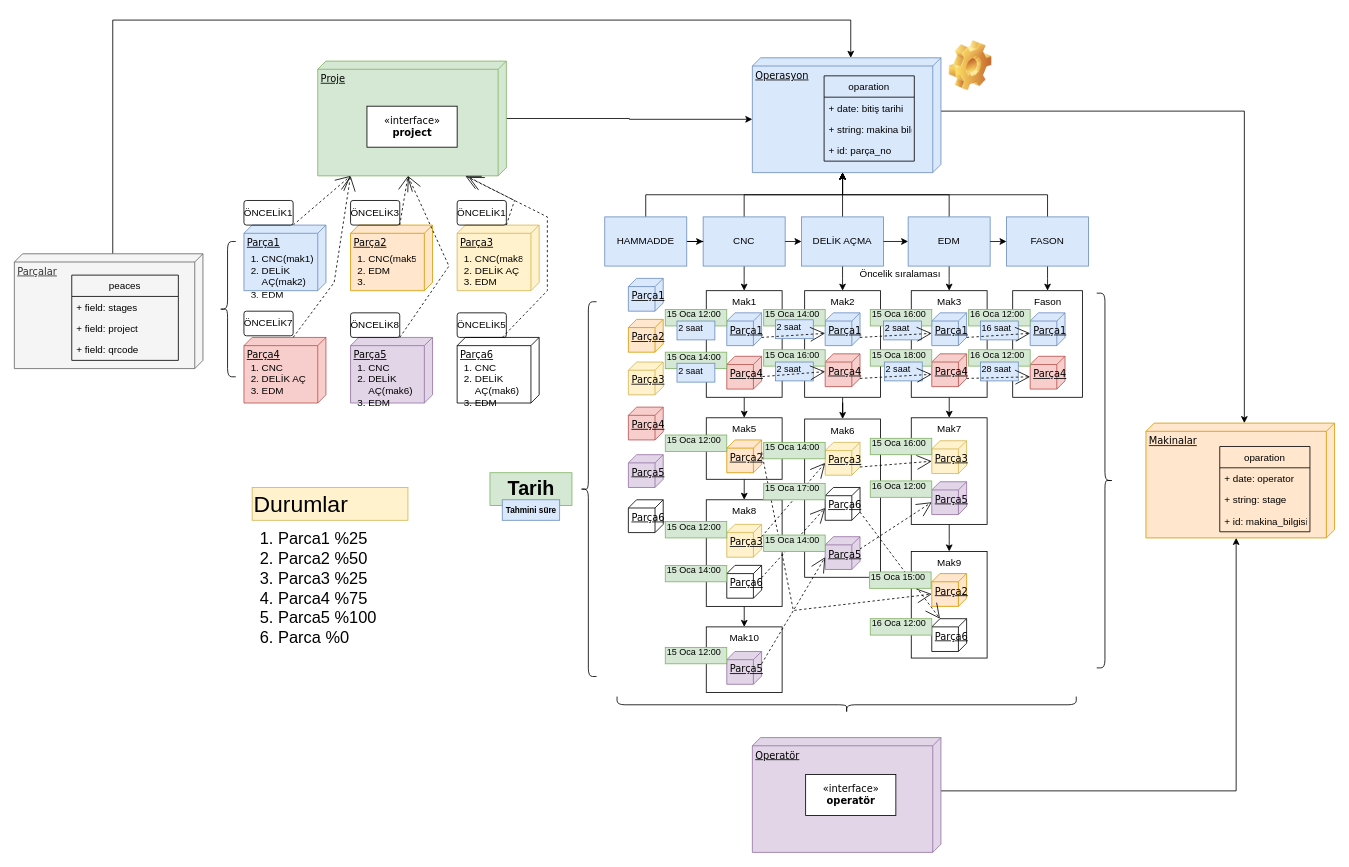
Before: Untitled Diagram.drawio in aygunoz/Angular-Plannig-App-All-Frontend, a draw.io diagram. Source tidied: cells renumbered, new cells numbered last; positions are measured from the earlier drawing's top-left corner, leaving out a move shared by most shapes. Both pictures are drawn from the tidied source at 82%, with x=0, y=0 at pixel (14, 20). Pictures stored in the file or linked from it are replaced by grey dashed boxes.
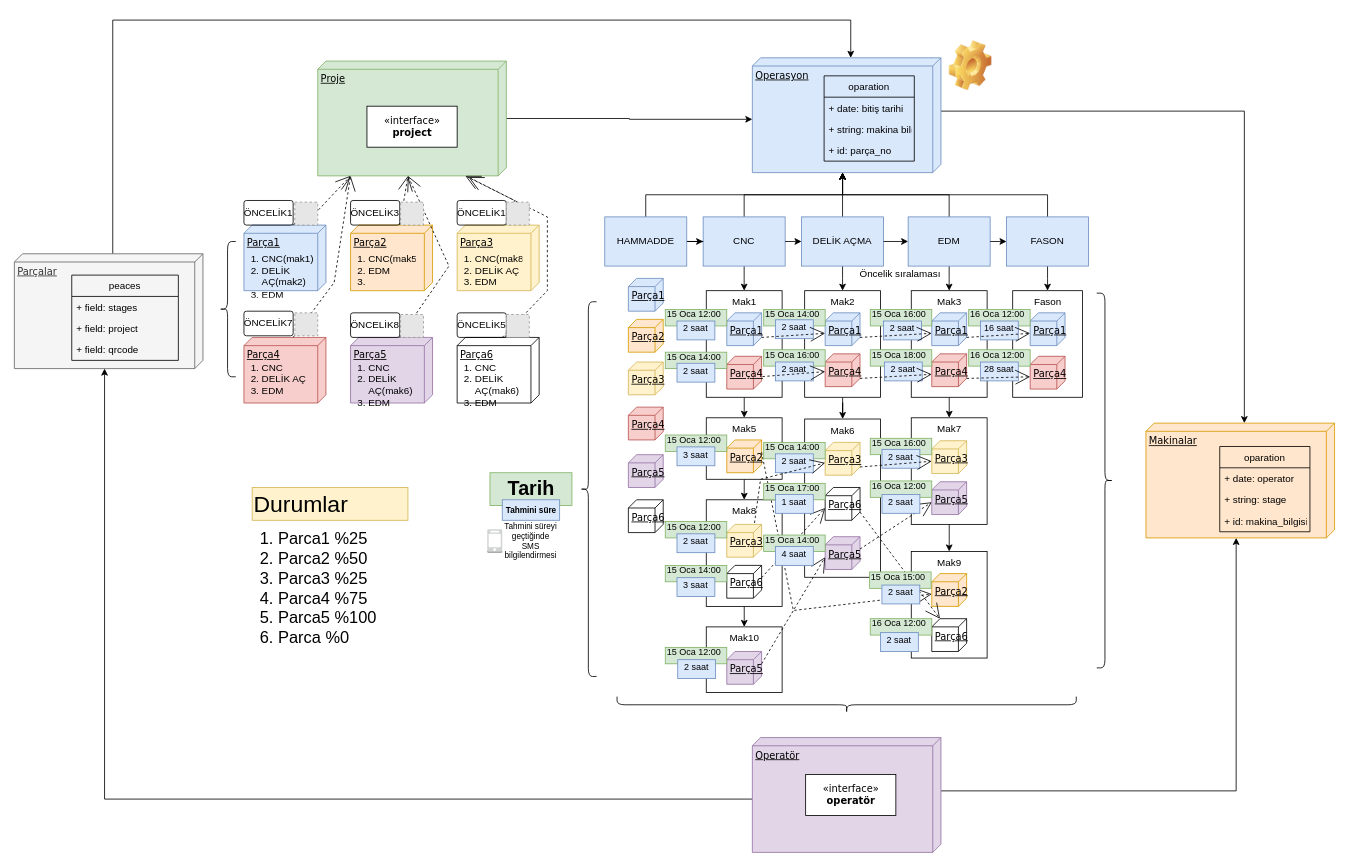
The same page after the edit.

Unchanged cells that the change refers to:
```xml
<mxCell id="6" value="&lt;div&gt;Parça1&lt;/div&gt;&lt;div&gt;&lt;pre&gt;&lt;br&gt;&lt;/pre&gt;&lt;/div&gt;" style="verticalAlign=top;align=left;spacingTop=8;spacingLeft=2;spacingRight=12;shape=cube;size=10;direction=south;fontStyle=4;html=1;rounded=0;shadow=0;comic=0;labelBackgroundColor=none;strokeWidth=1;fontFamily=Verdana;fontSize=12;fillColor=#dae8fc;strokeColor=#6c8ebf;" parent="1" vertex="1">
  <mxGeometry x="280" y="250" width="100" height="80" as="geometry" />
</mxCell>
<mxCell id="60" value="Parçalar" style="verticalAlign=top;align=left;spacingTop=8;spacingLeft=2;spacingRight=12;shape=cube;size=10;direction=south;fontStyle=4;html=1;rounded=0;shadow=0;comic=0;labelBackgroundColor=none;strokeWidth=1;fontFamily=Verdana;fontSize=12;fillColor=#f5f5f5;strokeColor=#666666;fontColor=#333333;" parent="1" vertex="1">
  <mxGeometry y="285" width="230" height="140" as="geometry" />
</mxCell>
<mxCell id="67" value="Operatör" style="verticalAlign=top;align=left;spacingTop=8;spacingLeft=2;spacingRight=12;shape=cube;size=10;direction=south;fontStyle=4;html=1;rounded=0;shadow=0;comic=0;labelBackgroundColor=none;strokeWidth=1;fontFamily=Verdana;fontSize=12;fillColor=#e1d5e7;strokeColor=#9673a6;" parent="1" vertex="1">
  <mxGeometry x="900" y="875" width="230" height="140" as="geometry" />
</mxCell>
<mxCell id="85" value="Parça3" style="verticalAlign=top;align=left;spacingTop=8;spacingLeft=2;spacingRight=12;shape=cube;size=10;direction=south;fontStyle=4;html=1;rounded=0;shadow=0;comic=0;labelBackgroundColor=none;strokeWidth=1;fontFamily=Verdana;fontSize=12;fillColor=#fff2cc;strokeColor=#d6b656;" parent="1" vertex="1">
  <mxGeometry x="868.8" y="615" width="42.5" height="40" as="geometry" />
</mxCell>
<mxCell id="99" value="Parça3" style="verticalAlign=top;align=left;spacingTop=8;spacingLeft=2;spacingRight=12;shape=cube;size=10;direction=south;fontStyle=4;html=1;rounded=0;shadow=0;comic=0;labelBackgroundColor=none;strokeWidth=1;fontFamily=Verdana;fontSize=12;fillColor=#fff2cc;strokeColor=#d6b656;" parent="1" vertex="1">
  <mxGeometry x="988.8" y="515" width="42.5" height="40" as="geometry" />
</mxCell>
<mxCell id="102" value="Parça3" style="verticalAlign=top;align=left;spacingTop=8;spacingLeft=2;spacingRight=12;shape=cube;size=10;direction=south;fontStyle=4;html=1;rounded=0;shadow=0;comic=0;labelBackgroundColor=none;strokeWidth=1;fontFamily=Verdana;fontSize=12;fillColor=#fff2cc;strokeColor=#d6b656;" parent="1" vertex="1">
  <mxGeometry x="1118.8" y="513" width="42.5" height="40" as="geometry" />
</mxCell>
```

The edit, as a diff of the source:
```diff
@@
-    <mxCell id="5" style="edgeStyle=none;rounded=0;html=1;dashed=1;labelBackgroundColor=none;startArrow=none;startFill=0;startSize=8;endArrow=open;endFill=0;endSize=16;fontFamily=Verdana;fontSize=12;exitX=0;exitY=0;exitDx=0;exitDy=40;exitPerimeter=0;" parent="1" edge="1" source="6">
+    <mxCell id="5" style="edgeStyle=none;rounded=0;html=1;dashed=1;labelBackgroundColor=none;startArrow=none;startFill=0;startSize=8;endArrow=open;endFill=0;endSize=16;fontFamily=Verdana;fontSize=12;exitX=0;exitY=0;exitDx=0;exitDy=40;exitPerimeter=0;" parent="1" edge="1" source="171">
       <mxGeometry relative="1" as="geometry">
         <mxPoint x="410" y="190" as="targetPoint" />
       </mxGeometry>
     </mxCell>
@@
+    <mxCell id="158" style="edgeStyle=orthogonalEdgeStyle;rounded=0;jettySize=auto;html=1;exitX=0;exitY=0;exitDx=75;exitDy=230;exitPerimeter=0;fontSize=10;fontColor=none;entryX=0;entryY=0;entryDx=140;entryDy=120;entryPerimeter=0;" parent="1" edge="1" source="67" target="60">
+      <mxGeometry relative="1" as="geometry" />
+    </mxCell>
@@
-    <mxCell id="107" style="edgeStyle=none;rounded=0;html=1;dashed=1;labelBackgroundColor=none;startArrow=none;startFill=0;startSize=8;endArrow=open;endFill=0;endSize=16;fontFamily=Verdana;fontSize=12;exitX=0;exitY=0;exitDx=15;exitDy=0;exitPerimeter=0;entryX=0;entryY=0;entryDx=25;entryDy=42.5;entryPerimeter=0;" parent="1" edge="1" source="85" target="99">
-      <mxGeometry relative="1" as="geometry" />
-    </mxCell>
@@
-    <mxCell id="110" style="edgeStyle=none;rounded=0;html=1;dashed=1;labelBackgroundColor=none;startArrow=none;startFill=0;startSize=8;endArrow=open;endFill=0;endSize=16;fontFamily=Verdana;fontSize=12;exitX=0;exitY=0;exitDx=30;exitDy=0;exitPerimeter=0;entryX=0;entryY=0;entryDx=25;entryDy=42.5;entryPerimeter=0;" parent="1" edge="1" source="99" target="102">
-      <mxGeometry relative="1" as="geometry" />
-    </mxCell>
@@
-    <mxCell id="143" value="&lt;span style=&quot;font-size: 11px;&quot;&gt;2 saat&lt;/span&gt;" style="text;html=1;strokeColor=#6c8ebf;fillColor=#dae8fc;align=left;verticalAlign=bottom;whiteSpace=wrap;rounded=0;fontSize=28;horizontal=1;" parent="1" vertex="1">
+    <mxCell id="143" value="&lt;span style=&quot;font-size: 11px;&quot;&gt;2 saat&lt;/span&gt;" style="text;html=1;strokeColor=#6c8ebf;fillColor=#dae8fc;align=center;verticalAlign=bottom;whiteSpace=wrap;rounded=0;fontSize=28;horizontal=1;" parent="1" vertex="1">
       <mxGeometry x="808.1" y="367" width="46.2" height="23" as="geometry" />
     </mxCell>
@@
-    <mxCell id="145" value="&lt;span style=&quot;font-size: 11px;&quot;&gt;2 saat&lt;/span&gt;" style="text;html=1;strokeColor=#6c8ebf;fillColor=#dae8fc;align=left;verticalAlign=bottom;whiteSpace=wrap;rounded=0;fontSize=28;horizontal=1;" parent="1" vertex="1">
+    <mxCell id="145" value="&lt;span style=&quot;font-size: 11px;&quot;&gt;2 saat&lt;/span&gt;" style="text;html=1;strokeColor=#6c8ebf;fillColor=#dae8fc;align=center;verticalAlign=bottom;whiteSpace=wrap;rounded=0;fontSize=28;horizontal=1;" parent="1" vertex="1">
       <mxGeometry x="928.1" y="365.5" width="46.2" height="23" as="geometry" />
     </mxCell>
@@
-    <mxCell id="147" value="&lt;span style=&quot;font-size: 11px;&quot;&gt;2 saat&lt;/span&gt;" style="text;html=1;strokeColor=#6c8ebf;fillColor=#dae8fc;align=left;verticalAlign=bottom;whiteSpace=wrap;rounded=0;fontSize=28;horizontal=1;" parent="1" vertex="1">
+    <mxCell id="147" value="&lt;span style=&quot;font-size: 11px;&quot;&gt;2 saat&lt;/span&gt;" style="text;html=1;strokeColor=#6c8ebf;fillColor=#dae8fc;align=center;verticalAlign=bottom;whiteSpace=wrap;rounded=0;fontSize=28;horizontal=1;" parent="1" vertex="1">
       <mxGeometry x="1060" y="367" width="46.2" height="23" as="geometry" />
     </mxCell>
@@
-    <mxCell id="149" value="&lt;span style=&quot;font-size: 11px;&quot;&gt;16 saat&lt;/span&gt;" style="text;html=1;strokeColor=#6c8ebf;fillColor=#dae8fc;align=left;verticalAlign=bottom;whiteSpace=wrap;rounded=0;fontSize=28;horizontal=1;" parent="1" vertex="1">
+    <mxCell id="149" value="&lt;span style=&quot;font-size: 11px;&quot;&gt;16 saat&lt;/span&gt;" style="text;html=1;strokeColor=#6c8ebf;fillColor=#dae8fc;align=center;verticalAlign=bottom;whiteSpace=wrap;rounded=0;fontSize=28;horizontal=1;" parent="1" vertex="1">
       <mxGeometry x="1178.1" y="367" width="46.2" height="23" as="geometry" />
     </mxCell>
@@
-    <mxCell id="151" value="&lt;span style=&quot;font-size: 11px;&quot;&gt;2 saat&lt;/span&gt;" style="text;html=1;strokeColor=#6c8ebf;fillColor=#dae8fc;align=left;verticalAlign=bottom;whiteSpace=wrap;rounded=0;fontSize=28;horizontal=1;" parent="1" vertex="1">
+    <mxCell id="151" value="&lt;span style=&quot;font-size: 11px;&quot;&gt;2 saat&lt;/span&gt;" style="text;html=1;strokeColor=#6c8ebf;fillColor=#dae8fc;align=center;verticalAlign=bottom;whiteSpace=wrap;rounded=0;fontSize=28;horizontal=1;" parent="1" vertex="1">
       <mxGeometry x="808.1" y="418.5" width="46.2" height="23" as="geometry" />
     </mxCell>
-    <mxCell id="152" value="&lt;span style=&quot;font-size: 11px;&quot;&gt;2 saat&lt;/span&gt;" style="text;html=1;strokeColor=#6c8ebf;fillColor=#dae8fc;align=left;verticalAlign=bottom;whiteSpace=wrap;rounded=0;fontSize=28;horizontal=1;" parent="1" vertex="1">
+    <mxCell id="152" value="&lt;span style=&quot;font-size: 11px;&quot;&gt;2 saat&lt;/span&gt;" style="text;html=1;strokeColor=#6c8ebf;fillColor=#dae8fc;align=center;verticalAlign=bottom;whiteSpace=wrap;rounded=0;fontSize=28;horizontal=1;" parent="1" vertex="1">
       <mxGeometry x="928.1" y="417" width="46.2" height="23" as="geometry" />
     </mxCell>
@@
-    <mxCell id="154" value="&lt;span style=&quot;font-size: 11px;&quot;&gt;2 saat&lt;/span&gt;" style="text;html=1;strokeColor=#6c8ebf;fillColor=#dae8fc;align=left;verticalAlign=bottom;whiteSpace=wrap;rounded=0;fontSize=28;horizontal=1;" parent="1" vertex="1">
+    <mxCell id="154" value="&lt;span style=&quot;font-size: 11px;&quot;&gt;2 saat&lt;/span&gt;" style="text;html=1;strokeColor=#6c8ebf;fillColor=#dae8fc;align=center;verticalAlign=bottom;whiteSpace=wrap;rounded=0;fontSize=28;horizontal=1;" parent="1" vertex="1">
       <mxGeometry x="1061" y="417" width="46.2" height="23" as="geometry" />
     </mxCell>
@@
-    <mxCell id="156" value="&lt;span style=&quot;font-size: 11px;&quot;&gt;28 saat&lt;/span&gt;" style="text;html=1;strokeColor=#6c8ebf;fillColor=#dae8fc;align=left;verticalAlign=bottom;whiteSpace=wrap;rounded=0;fontSize=28;horizontal=1;" parent="1" vertex="1">
+    <mxCell id="156" value="&lt;span style=&quot;font-size: 11px;&quot;&gt;28 saat&lt;/span&gt;" style="text;html=1;strokeColor=#6c8ebf;fillColor=#dae8fc;align=center;verticalAlign=bottom;whiteSpace=wrap;rounded=0;fontSize=28;horizontal=1;" parent="1" vertex="1">
       <mxGeometry x="1178.1" y="417" width="46.2" height="23" as="geometry" />
     </mxCell>
@@
+    <mxCell id="159" value="&lt;span style=&quot;font-size: 11px;&quot;&gt;3 saat&lt;/span&gt;" style="text;html=1;strokeColor=#6c8ebf;fillColor=#dae8fc;align=center;verticalAlign=bottom;whiteSpace=wrap;rounded=0;fontSize=28;horizontal=1;" parent="1" vertex="1">
+      <mxGeometry x="808.1" y="520.5" width="46.2" height="23" as="geometry" />
+    </mxCell>
+    <mxCell id="160" value="&lt;span style=&quot;font-size: 11px;&quot;&gt;2 saat&lt;/span&gt;" style="text;html=1;strokeColor=#6c8ebf;fillColor=#dae8fc;align=center;verticalAlign=bottom;whiteSpace=wrap;rounded=0;fontSize=28;horizontal=1;" parent="1" vertex="1">
+      <mxGeometry x="808.1" y="626.5" width="46.2" height="23" as="geometry" />
+    </mxCell>
+    <mxCell id="161" value="&lt;span style=&quot;font-size: 11px;&quot;&gt;2 saat&lt;/span&gt;" style="text;html=1;strokeColor=#6c8ebf;fillColor=#dae8fc;align=center;verticalAlign=bottom;whiteSpace=wrap;rounded=0;fontSize=28;horizontal=1;" parent="1" vertex="1">
+      <mxGeometry x="1058.1" y="523.5" width="46.2" height="23" as="geometry" />
+    </mxCell>
+    <mxCell id="110" style="edgeStyle=none;rounded=0;html=1;dashed=1;labelBackgroundColor=none;startArrow=none;startFill=0;startSize=8;endArrow=open;endFill=0;endSize=16;fontFamily=Verdana;fontSize=12;exitX=0;exitY=0;exitDx=30;exitDy=0;exitPerimeter=0;entryX=0;entryY=0;entryDx=25;entryDy=42.5;entryPerimeter=0;" parent="1" edge="1" source="99" target="102">
+      <mxGeometry relative="1" as="geometry" />
+    </mxCell>
+    <mxCell id="162" value="&lt;span style=&quot;font-size: 11px;&quot;&gt;2 saat&lt;/span&gt;" style="text;html=1;strokeColor=#6c8ebf;fillColor=#dae8fc;align=center;verticalAlign=bottom;whiteSpace=wrap;rounded=0;fontSize=28;horizontal=1;" parent="1" vertex="1">
+      <mxGeometry x="928.1" y="529" width="46.2" height="23" as="geometry" />
+    </mxCell>
+    <mxCell id="163" value="&lt;span style=&quot;font-size: 11px;&quot;&gt;3 saat&lt;/span&gt;" style="text;html=1;strokeColor=#6c8ebf;fillColor=#dae8fc;align=center;verticalAlign=bottom;whiteSpace=wrap;rounded=0;fontSize=28;horizontal=1;" parent="1" vertex="1">
+      <mxGeometry x="808.1" y="680" width="46.2" height="23" as="geometry" />
+    </mxCell>
+    <mxCell id="164" value="&lt;span style=&quot;font-size: 11px;&quot;&gt;1 saat&lt;/span&gt;" style="text;html=1;strokeColor=#6c8ebf;fillColor=#dae8fc;align=center;verticalAlign=bottom;whiteSpace=wrap;rounded=0;fontSize=28;horizontal=1;" parent="1" vertex="1">
+      <mxGeometry x="928.1" y="578.5" width="46.2" height="23" as="geometry" />
+    </mxCell>
+    <mxCell id="107" style="edgeStyle=none;rounded=0;html=1;dashed=1;labelBackgroundColor=none;startArrow=none;startFill=0;startSize=8;endArrow=open;endFill=0;endSize=16;fontFamily=Verdana;fontSize=12;exitX=-0.043;exitY=0.204;exitDx=0;exitDy=0;exitPerimeter=0;entryX=0;entryY=0;entryDx=25;entryDy=42.5;entryPerimeter=0;" parent="1" edge="1" source="85" target="99">
+      <mxGeometry relative="1" as="geometry">
+        <Array as="points">
+          <mxPoint x="910" y="560" />
+        </Array>
+      </mxGeometry>
+    </mxCell>
+    <mxCell id="165" value="&lt;span style=&quot;font-size: 11px;&quot;&gt;2 saat&lt;/span&gt;" style="text;html=1;strokeColor=#6c8ebf;fillColor=#dae8fc;align=center;verticalAlign=bottom;whiteSpace=wrap;rounded=0;fontSize=28;horizontal=1;" parent="1" vertex="1">
+      <mxGeometry x="809" y="780" width="46.2" height="23" as="geometry" />
+    </mxCell>
+    <mxCell id="166" value="&lt;span style=&quot;font-size: 11px;&quot;&gt;4 saat&lt;/span&gt;" style="text;html=1;strokeColor=#6c8ebf;fillColor=#dae8fc;align=center;verticalAlign=bottom;whiteSpace=wrap;rounded=0;fontSize=28;horizontal=1;" parent="1" vertex="1">
+      <mxGeometry x="928.1" y="642" width="46.2" height="23" as="geometry" />
+    </mxCell>
+    <mxCell id="167" value="&lt;span style=&quot;font-size: 11px;&quot;&gt;2 saat&lt;/span&gt;" style="text;html=1;strokeColor=#6c8ebf;fillColor=#dae8fc;align=center;verticalAlign=bottom;whiteSpace=wrap;rounded=0;fontSize=28;horizontal=1;" parent="1" vertex="1">
+      <mxGeometry x="1058.1" y="578.5" width="46.2" height="23" as="geometry" />
+    </mxCell>
+    <mxCell id="168" value="&lt;span style=&quot;font-size: 11px;&quot;&gt;2 saat&lt;/span&gt;" style="text;html=1;strokeColor=#6c8ebf;fillColor=#dae8fc;align=center;verticalAlign=bottom;whiteSpace=wrap;rounded=0;fontSize=28;horizontal=1;" parent="1" vertex="1">
+      <mxGeometry x="1058" y="689" width="46.2" height="23" as="geometry" />
+    </mxCell>
+    <mxCell id="169" value="&lt;span style=&quot;font-size: 11px;&quot;&gt;2 saat&lt;/span&gt;" style="text;html=1;strokeColor=#6c8ebf;fillColor=#dae8fc;align=center;verticalAlign=bottom;whiteSpace=wrap;rounded=0;fontSize=28;horizontal=1;" parent="1" vertex="1">
+      <mxGeometry x="1056.2" y="747" width="46.2" height="23" as="geometry" />
+    </mxCell>
+    <mxCell id="170" value="Tahmini süreyi geçtiğinde SMS bilgilendirmesi" style="text;html=1;align=center;verticalAlign=middle;whiteSpace=wrap;rounded=0;labelBackgroundColor=none;fontSize=10;fillColor=none;" parent="1" vertex="1">
+      <mxGeometry x="595" y="619.5" width="70" height="30" as="geometry" />
+    </mxCell>
+    <mxCell id="171" style="fillColor=#E6E6E6;strokeColor=#999999;dashed=1;html=1;verticalAlign=top;verticalLabelPosition=bottom;labelBackgroundColor=#ffffff;fontSize=10;fontColor=none;" parent="1" vertex="1">
+      <mxGeometry x="342" y="222" width="28" height="28" as="geometry" />
+    </mxCell>
+    <mxCell id="172" style="edgeStyle=none;rounded=0;html=1;dashed=1;labelBackgroundColor=none;startArrow=none;startFill=0;startSize=8;endArrow=none;endFill=0;endSize=16;fontFamily=Verdana;fontSize=12;exitX=0;exitY=0;exitDx=0;exitDy=40;exitPerimeter=0;" parent="1" edge="1" source="6" target="171">
+      <mxGeometry relative="1" as="geometry" />
+    </mxCell>
+    <mxCell id="173" style="fillColor=#E6E6E6;strokeColor=#999999;dashed=1;html=1;verticalAlign=top;verticalLabelPosition=bottom;labelBackgroundColor=#ffffff;fontSize=10;fontColor=none;" parent="1" vertex="1">
+      <mxGeometry x="471" y="222" width="28" height="28" as="geometry" />
+    </mxCell>
+    <mxCell id="174" style="fillColor=#E6E6E6;strokeColor=#999999;dashed=1;html=1;verticalAlign=top;verticalLabelPosition=bottom;labelBackgroundColor=#ffffff;fontSize=10;fontColor=none;" parent="1" vertex="1">
+      <mxGeometry x="600" y="222" width="28" height="28" as="geometry" />
+    </mxCell>
+    <mxCell id="175" style="fillColor=#E6E6E6;strokeColor=#999999;dashed=1;html=1;verticalAlign=top;verticalLabelPosition=bottom;labelBackgroundColor=#ffffff;fontSize=10;fontColor=none;" parent="1" vertex="1">
+      <mxGeometry x="342" y="357" width="28" height="28" as="geometry" />
+    </mxCell>
+    <mxCell id="176" style="fillColor=#E6E6E6;strokeColor=#999999;dashed=1;html=1;verticalAlign=top;verticalLabelPosition=bottom;labelBackgroundColor=#ffffff;fontSize=10;fontColor=none;" parent="1" vertex="1">
+      <mxGeometry x="471" y="359" width="28" height="28" as="geometry" />
+    </mxCell>
+    <mxCell id="177" style="fillColor=#E6E6E6;strokeColor=#999999;dashed=1;html=1;verticalAlign=top;verticalLabelPosition=bottom;labelBackgroundColor=#ffffff;fontSize=10;fontColor=none;" parent="1" vertex="1">
+      <mxGeometry x="600" y="359" width="28" height="28" as="geometry" />
+    </mxCell>
+    <mxCell id="178" style="dashed=0;verticalLabelPosition=bottom;verticalAlign=top;align=center;html=1;shape=mxgraph.aws3.mobile_client;fillColor=#D2D3D3;gradientColor=none;labelBackgroundColor=none;fontSize=10;fontColor=none;" parent="1" vertex="1">
+      <mxGeometry x="576.7" y="621" width="18.3" height="28.5" as="geometry" />
+    </mxCell>
```
